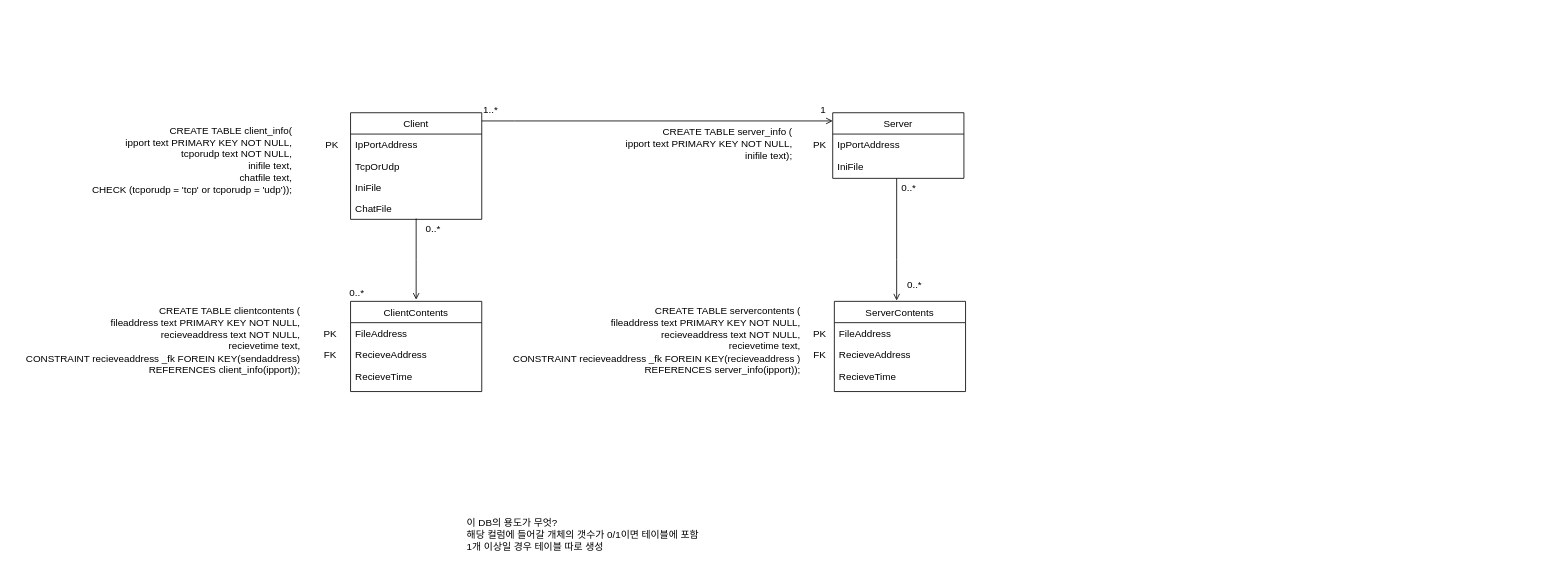
hisouske/4dplex_ojt keeps this draw.io diagram as Untitled Diagram.drawio. Above is the earlier version. Source tidied: cells renumbered, new cells numbered last; positions are measured from the earlier drawing's top-left corner, leaving out a move shared by most shapes. Both pictures are drawn from the tidied source at 82%, with x=0, y=0 at pixel (14, 112).
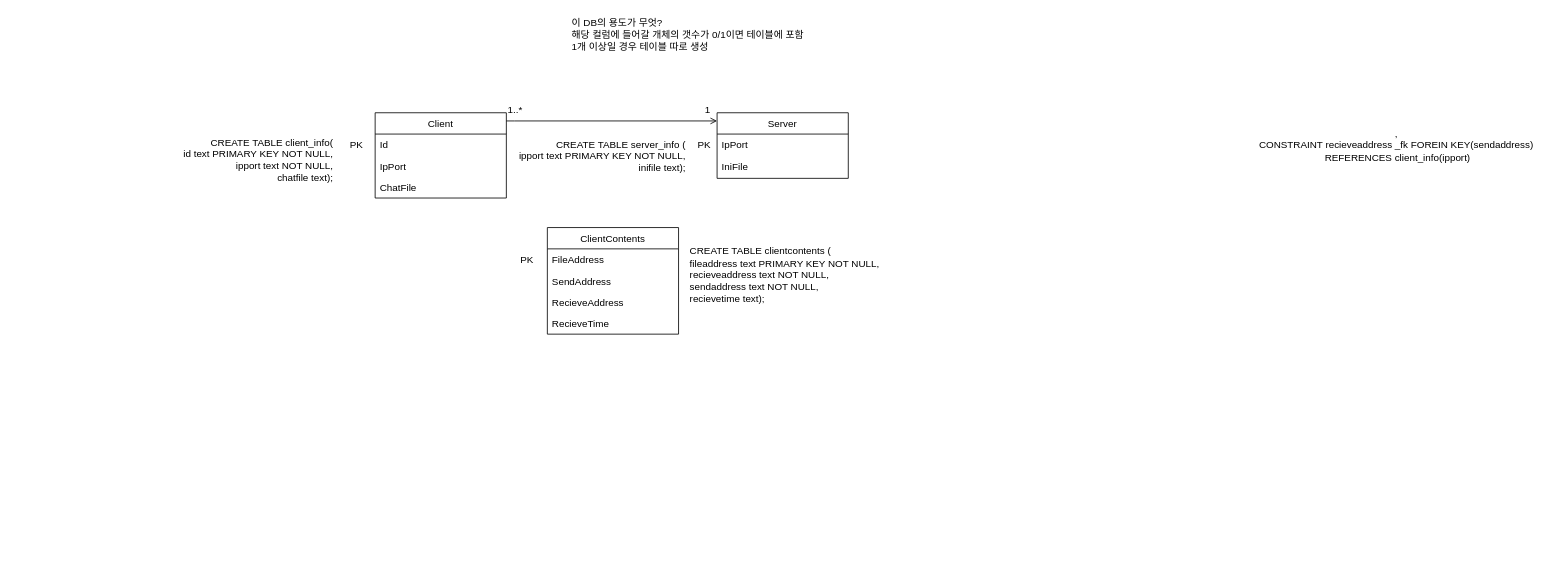
After the change.

The edit, as a diff of the source:
```diff
@@
     <mxCell id="2" value="Client" style="swimlane;fontStyle=0;align=center;verticalAlign=top;horizontal=1;startSize=26;rounded=0;shadow=0;strokeWidth=1;" parent="1" vertex="1">
-      <mxGeometry x="410" width="160" height="130" as="geometry" />
+      <mxGeometry x="440" width="160" height="104" as="geometry" />
     </mxCell>
-    <mxCell id="3" value="IpPortAddress" style="text;align=left;verticalAlign=top;spacingLeft=4;spacingRight=4;overflow=hidden;" parent="2" vertex="1">
+    <mxCell id="3" value="Id" style="text;align=left;verticalAlign=top;spacingLeft=4;spacingRight=4;overflow=hidden;" parent="2" vertex="1">
       <mxGeometry y="26" width="160" height="26" as="geometry" />
     </mxCell>
-    <mxCell id="4" value="TcpOrUdp" style="text;align=left;verticalAlign=top;spacingLeft=4;spacingRight=4;overflow=hidden;rounded=0;shadow=0;html=0;" parent="2" vertex="1">
-      <mxGeometry y="52" width="160" height="26" as="geometry" />
-    </mxCell>
-    <mxCell id="5" value="IniFile" style="text;align=left;verticalAlign=top;spacingLeft=4;spacingRight=4;overflow=hidden;rounded=0;shadow=0;html=0;" parent="2" vertex="1">
-      <mxGeometry y="78" width="160" height="26" as="geometry" />
-    </mxCell>
+    <mxCell id="38" value="IpPort" style="text;align=left;verticalAlign=top;spacingLeft=4;spacingRight=4;overflow=hidden;rounded=0;shadow=0;html=0;" parent="2" vertex="1">
+      <mxGeometry y="52" width="160" height="26" as="geometry" />
+    </mxCell>
     <mxCell id="6" value="ChatFile" style="text;align=left;verticalAlign=top;spacingLeft=4;spacingRight=4;overflow=hidden;rounded=0;shadow=0;html=0;" parent="2" vertex="1">
-      <mxGeometry y="104" width="160" height="26" as="geometry" />
+      <mxGeometry y="78" width="160" height="26" as="geometry" />
     </mxCell>
     <mxCell id="7" value="ClientContents" style="swimlane;fontStyle=0;align=center;verticalAlign=top;horizontal=1;startSize=26;rounded=0;shadow=0;strokeWidth=1;" parent="1" vertex="1">
-      <mxGeometry x="410" y="230" width="160" height="110" as="geometry" />
+      <mxGeometry x="650" y="140" width="160" height="130" as="geometry" />
     </mxCell>
@@
+    <mxCell id="39" value="SendAddress" style="text;align=left;verticalAlign=top;spacingLeft=4;spacingRight=4;overflow=hidden;" parent="7" vertex="1">
+      <mxGeometry y="52" width="160" height="26" as="geometry" />
+    </mxCell>
     <mxCell id="9" value="RecieveAddress" style="text;align=left;verticalAlign=top;spacingLeft=4;spacingRight=4;overflow=hidden;" parent="7" vertex="1">
-      <mxGeometry y="52" width="160" height="26" as="geometry" />
+      <mxGeometry y="78" width="160" height="26" as="geometry" />
     </mxCell>
     <mxCell id="10" value="RecieveTime" style="text;align=left;verticalAlign=top;spacingLeft=4;spacingRight=4;overflow=hidden;" parent="7" vertex="1">
-      <mxGeometry y="78" width="160" height="26" as="geometry" />
+      <mxGeometry y="104" width="160" height="26" as="geometry" />
     </mxCell>
     <mxCell id="11" value="Server" style="swimlane;fontStyle=0;align=center;verticalAlign=top;horizontal=1;startSize=26;rounded=0;shadow=0;strokeWidth=1;" parent="1" vertex="1">
-      <mxGeometry x="998" width="160" height="80" as="geometry" />
+      <mxGeometry x="857" width="160" height="80" as="geometry" />
     </mxCell>
-    <mxCell id="12" value="IpPortAddress" style="text;align=left;verticalAlign=top;spacingLeft=4;spacingRight=4;overflow=hidden;rounded=0;shadow=0;html=0;" parent="11" vertex="1">
+    <mxCell id="12" value="IpPort" style="text;align=left;verticalAlign=top;spacingLeft=4;spacingRight=4;overflow=hidden;rounded=0;shadow=0;html=0;" parent="11" vertex="1">
       <mxGeometry y="26" width="160" height="26" as="geometry" />
     </mxCell>
@@
-    <mxCell id="17" value="0..*" style="align=left;verticalAlign=bottom;labelBackgroundColor=none;fontSize=12;" parent="1" vertex="1">
-      <mxGeometry x="500" y="150" as="geometry" />
-    </mxCell>
     <mxCell id="18" value="PK" style="text;html=1;align=center;verticalAlign=middle;strokeColor=none;" parent="1" vertex="1">
-      <mxGeometry x="370" y="260" width="30" height="20" as="geometry" />
+      <mxGeometry x="610" y="170" width="30" height="20" as="geometry" />
     </mxCell>
-    <mxCell id="19" value="FK" style="text;html=1;align=center;verticalAlign=middle;strokeColor=none;" parent="1" vertex="1">
-      <mxGeometry x="370" y="285" width="30" height="20" as="geometry" />
-    </mxCell>
     <mxCell id="20" value="PK" style="text;html=1;align=center;verticalAlign=middle;strokeColor=none;" parent="1" vertex="1">
-      <mxGeometry x="372" y="30" width="30" height="20" as="geometry" />
+      <mxGeometry x="402" y="30" width="30" height="20" as="geometry" />
     </mxCell>
     <mxCell id="21" value="PK" style="text;html=1;align=center;verticalAlign=middle;strokeColor=none;" parent="1" vertex="1">
-      <mxGeometry x="967" y="30" width="30" height="20" as="geometry" />
+      <mxGeometry x="826" y="30" width="30" height="20" as="geometry" />
     </mxCell>
-    <mxCell id="22" style="endArrow=open;shadow=0;strokeWidth=1;rounded=0;endFill=1;edgeStyle=elbowEdgeStyle;elbow=vertical;" parent="1" edge="1">
-      <mxGeometry x="0.5" y="41" relative="1" as="geometry">
-        <mxPoint x="490" y="129" as="sourcePoint" />
-        <mxPoint x="490" y="228" as="targetPoint" />
-        <mxPoint x="-40" y="32" as="offset" />
-      </mxGeometry>
-    </mxCell>
-    <mxCell id="23" value="0..*" style="align=left;verticalAlign=bottom;labelBackgroundColor=none;fontSize=12;" parent="1" vertex="1">
-      <mxGeometry x="420" y="230" as="geometry">
-        <mxPoint x="-13" y="-2" as="offset" />
-      </mxGeometry>
-    </mxCell>
-    <mxCell id="24" style="endArrow=open;shadow=0;strokeWidth=1;rounded=0;endFill=1;edgeStyle=elbowEdgeStyle;elbow=vertical;" parent="1" edge="1">
-      <mxGeometry x="0.5" y="41" relative="1" as="geometry">
-        <mxPoint x="1076" y="80" as="sourcePoint" />
-        <mxPoint x="1076" y="229" as="targetPoint" />
-        <Array as="points">
-          <mxPoint x="1020" y="179" />
-          <mxPoint x="1050" y="179" />
-          <mxPoint x="1020" y="179" />
-        </Array>
-        <mxPoint x="-40" y="32" as="offset" />
-      </mxGeometry>
-    </mxCell>
-    <mxCell id="25" value="0..*" style="align=left;verticalAlign=bottom;labelBackgroundColor=none;fontSize=12;" parent="1" vertex="1">
-      <mxGeometry x="1080" y="100" as="geometry" />
-    </mxCell>
-    <mxCell id="26" value="0..*" style="align=left;verticalAlign=bottom;labelBackgroundColor=none;fontSize=12;" parent="1" vertex="1">
-      <mxGeometry x="1100" y="220" as="geometry">
-        <mxPoint x="-13" y="-2" as="offset" />
-      </mxGeometry>
-    </mxCell>
-    <mxCell id="27" value="CREATE TABLE client_info(&lt;br&gt;ipport text PRIMARY KEY NOT NULL,&lt;br&gt;tcporudp text NOT NULL,&lt;br&gt;inifile text,&lt;br&gt;chatfile text,&lt;br&gt;&amp;nbsp;CHECK (tcporudp = 'tcp' or tcporudp = 'udp'));&lt;br&gt;&amp;nbsp;&amp;nbsp;" style="text;html=1;align=right;verticalAlign=middle;strokeColor=none;" parent="1" vertex="1">
-      <mxGeometry x="80" y="15" width="260" height="100" as="geometry" />
+    <mxCell id="27" value="CREATE TABLE client_info(&lt;br&gt;id text PRIMARY KEY NOT NULL,&lt;br&gt;ipport text NOT NULL,&lt;br&gt;chatfile text);&lt;br&gt;&amp;nbsp;&amp;nbsp;" style="text;html=1;align=right;verticalAlign=middle;strokeColor=none;" parent="1" vertex="1">
+      <mxGeometry x="190" y="30" width="200" height="70" as="geometry" />
     </mxCell>
-    <mxCell id="28" value="CREATE TABLE clientcontents (&lt;br&gt;fileaddress text PRIMARY KEY NOT NULL,&lt;br&gt;recieveaddress text NOT NULL,&lt;br&gt;recievetime text,&lt;br&gt;CONSTRAINT recieveaddress&amp;nbsp;_fk FOREIN KEY(sendaddress)&lt;br&gt;&amp;nbsp;REFERENCES client_info(ipport));&lt;br&gt;&amp;nbsp;&amp;nbsp;" style="text;html=1;align=right;verticalAlign=middle;strokeColor=none;" parent="1" vertex="1">
-      <mxGeometry y="235" width="350" height="100" as="geometry" />
+    <mxCell id="28" value="CREATE TABLE clientcontents (&lt;br&gt;fileaddress text PRIMARY KEY NOT NULL,&lt;br&gt;recieveaddress text NOT NULL,&lt;br&gt;sendaddress text NOT NULL,&lt;br&gt;recievetime text);&lt;br&gt;&amp;nbsp;&amp;nbsp;" style="text;html=1;align=left;verticalAlign=middle;strokeColor=none;" parent="1" vertex="1">
+      <mxGeometry x="822" y="160" width="250" height="90" as="geometry" />
     </mxCell>
     <mxCell id="29" value="이 DB의 용도가 무엇?&lt;br&gt;해당 컬럼에 들어갈 개체의 갯수가 0/1이면 테이블에 포함&lt;br&gt;1개 이상일 경우 테이블 따로 생성" style="text;html=1;align=left;verticalAlign=middle;strokeColor=none;" parent="1" vertex="1">
-      <mxGeometry x="550" y="490" width="320" height="50" as="geometry" />
+      <mxGeometry x="678" y="-120" width="320" height="50" as="geometry" />
     </mxCell>
     <mxCell id="30" value="CREATE TABLE server_info (&lt;br&gt;ipport text PRIMARY KEY NOT NULL,&lt;br&gt;inifile text);&lt;br&gt;&amp;nbsp;&amp;nbsp;" style="text;html=1;align=right;verticalAlign=middle;strokeColor=none;" parent="1" vertex="1">
-      <mxGeometry x="730" y="15" width="220" height="60" as="geometry" />
+      <mxGeometry x="600" y="30" width="220" height="60" as="geometry" />
     </mxCell>
-    <mxCell id="31" value="ServerContents" style="swimlane;fontStyle=0;align=center;verticalAlign=top;horizontal=1;startSize=26;rounded=0;shadow=0;strokeWidth=1;" parent="1" vertex="1">
-      <mxGeometry x="1000" y="230" width="160" height="110" as="geometry" />
-    </mxCell>
-    <mxCell id="32" value="FileAddress" style="text;align=left;verticalAlign=top;spacingLeft=4;spacingRight=4;overflow=hidden;" parent="31" vertex="1">
-      <mxGeometry y="26" width="160" height="26" as="geometry" />
-    </mxCell>
-    <mxCell id="33" value="RecieveAddress" style="text;align=left;verticalAlign=top;spacingLeft=4;spacingRight=4;overflow=hidden;" parent="31" vertex="1">
-      <mxGeometry y="52" width="160" height="26" as="geometry" />
-    </mxCell>
-    <mxCell id="34" value="RecieveTime" style="text;align=left;verticalAlign=top;spacingLeft=4;spacingRight=4;overflow=hidden;" parent="31" vertex="1">
-      <mxGeometry y="78" width="160" height="26" as="geometry" />
-    </mxCell>
-    <mxCell id="35" value="PK" style="text;html=1;align=center;verticalAlign=middle;strokeColor=none;" parent="1" vertex="1">
-      <mxGeometry x="967" y="260" width="30" height="20" as="geometry" />
-    </mxCell>
-    <mxCell id="36" value="FK" style="text;html=1;align=center;verticalAlign=middle;strokeColor=none;" parent="1" vertex="1">
-      <mxGeometry x="967" y="285" width="30" height="20" as="geometry" />
-    </mxCell>
-    <mxCell id="37" value="CREATE TABLE servercontents (&lt;br&gt;fileaddress text PRIMARY KEY NOT NULL,&lt;br&gt;recieveaddress text NOT NULL,&lt;br&gt;recievetime text,&lt;br&gt;CONSTRAINT recieveaddress&amp;nbsp;_fk FOREIN KEY(recieveaddress )&lt;br&gt;&amp;nbsp;REFERENCES server_info(ipport));&lt;br&gt;&amp;nbsp;&amp;nbsp;" style="text;html=1;align=right;verticalAlign=middle;strokeColor=none;" parent="1" vertex="1">
-      <mxGeometry x="590" y="235" width="370" height="100" as="geometry" />
-    </mxCell>
+    <mxCell id="40" value="&lt;span style=&quot;text-align: left&quot;&gt;,&lt;/span&gt;&lt;br style=&quot;text-align: left&quot;&gt;&lt;span style=&quot;text-align: left&quot;&gt;CONSTRAINT recieveaddress&amp;nbsp;_fk FOREIN KEY(sendaddress)&lt;/span&gt;&lt;br style=&quot;text-align: left&quot;&gt;&lt;span style=&quot;text-align: left&quot;&gt;&amp;nbsp;REFERENCES client_info(ipport)&lt;/span&gt;" style="text;html=1;align=center;verticalAlign=middle;strokeColor=none;" parent="1" vertex="1">
+      <mxGeometry x="1510" y="15" width="350" height="50" as="geometry" />
+    </mxCell>
```
